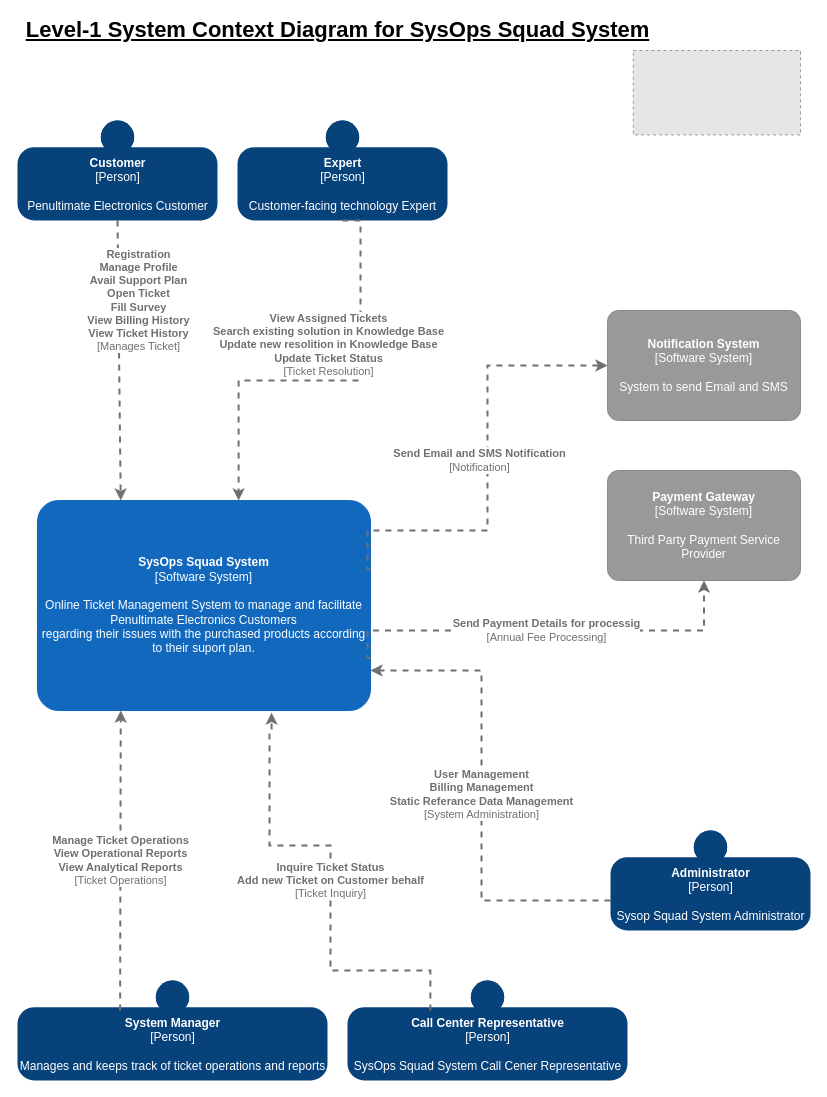
Before: page "C4-L1-System-Context" (1 of 6) of SysOps Squad/Sysops Squad.drawio in aliimran-pk/learning-repo, a draw.io diagram. Source tidied: cells renumbered, new cells numbered last; positions are measured from the earlier drawing's top-left corner, leaving out a move shared by most shapes. Both pictures are drawn from the tidied source at 100%, with x=0, y=0 at pixel (17, 20). Pictures stored in the file or linked from it are replaced by grey dashed boxes.
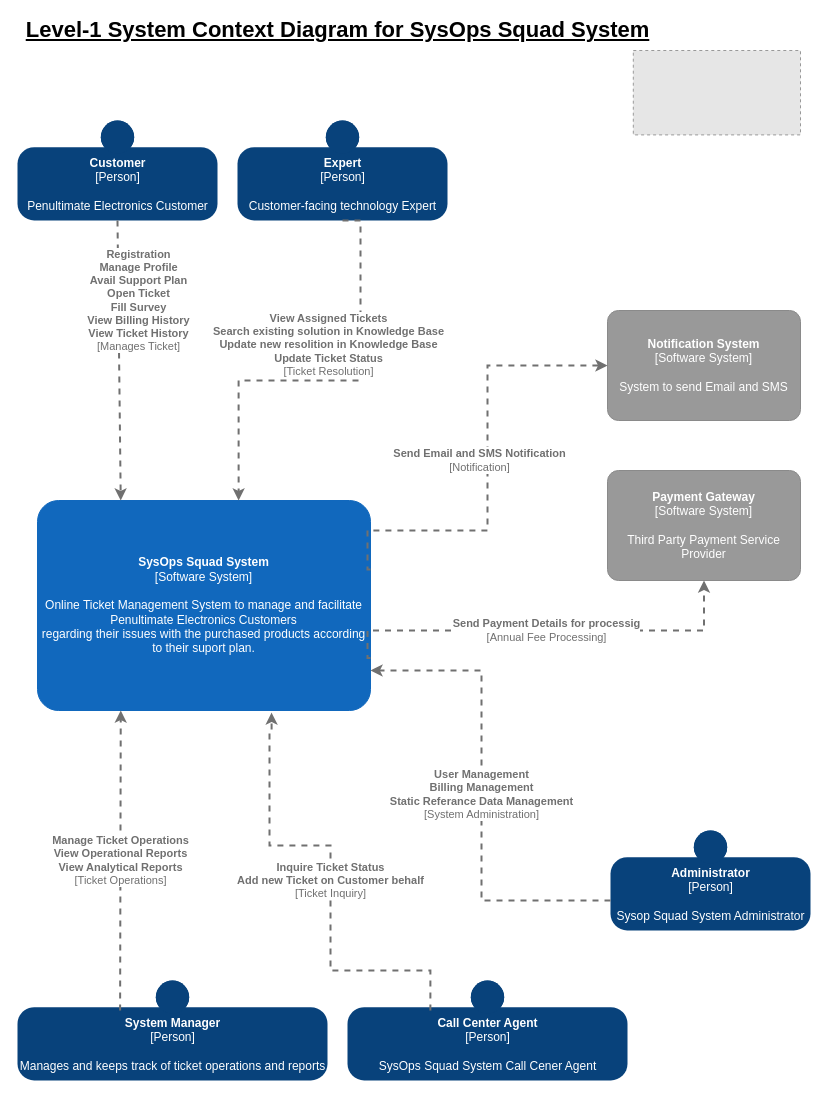
The same diagram, later.

Diff of the diagram source:
```diff
@@
-    <object id="9" label="&lt;b&gt;%c4Name%&lt;/b&gt;&lt;div&gt;[%c4Type%]&lt;/div&gt;&lt;br&gt;&lt;div&gt;%c4Description%&lt;/div&gt;" c4Description="SysOps Squad System Call Cener Representative" c4Name="Call Center Representative" c4Type="Person" placeholders="1">
+    <object id="9" label="&lt;b&gt;%c4Name%&lt;/b&gt;&lt;div&gt;[%c4Type%]&lt;/div&gt;&lt;br&gt;&lt;div&gt;%c4Description%&lt;/div&gt;" c4Description="SysOps Squad System Call Cener Agent" c4Name="Call Center Agent" c4Type="Person" placeholders="1">
       <mxCell style="html=1;dashed=0;whitespace=wrap;fillColor=#08427b;strokeColor=none;fontColor=#ffffff;shape=mxgraph.c4.person;align=center;points=[[0.5,0,0],[1,0.5,0],[1,0.75,0],[0.75,1,0],[0.5,1,0],[0.25,1,0],[0,0.75,0],[0,0.5,0]];metaData={&quot;c4Type&quot;:{&quot;editable&quot;:false}};" parent="1" vertex="1">
         <mxGeometry x="330" y="960" width="280" height="100" as="geometry" />
       </mxCell>
     </object>
```
